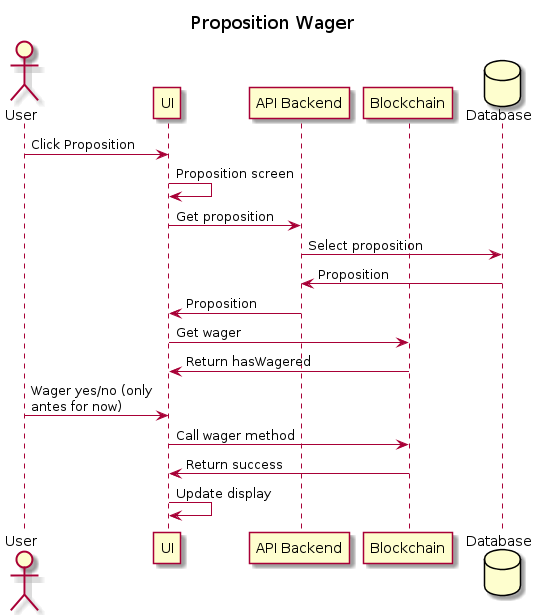
Above: diagram_out/Diagrams/UserStories/Bet on Proposition.png in adhurjaty/prediction-app (PlantUML), before the change.
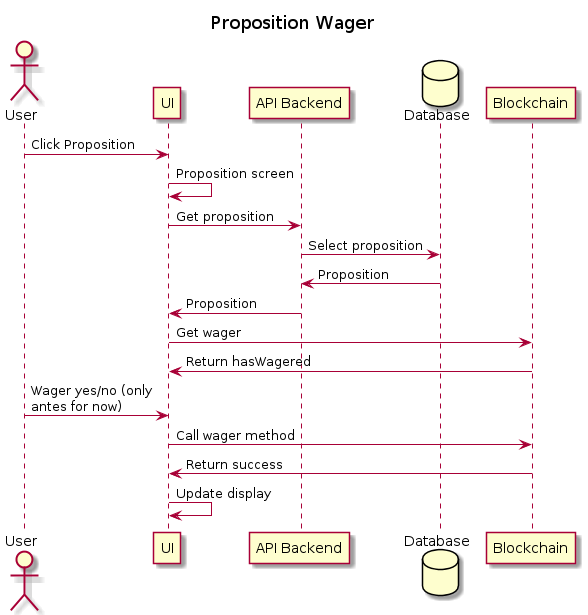
Later version of the same file.

What changed in the source:
```diff
@@ -5,8 +5,8 @@
 actor User as user
 participant UI as ui
 participant "API Backend" as api
+database Database as db
 participant Blockchain as bc
-database Database as db
 
 user -> ui : Click Proposition
 ui -> ui : Proposition screen
```
